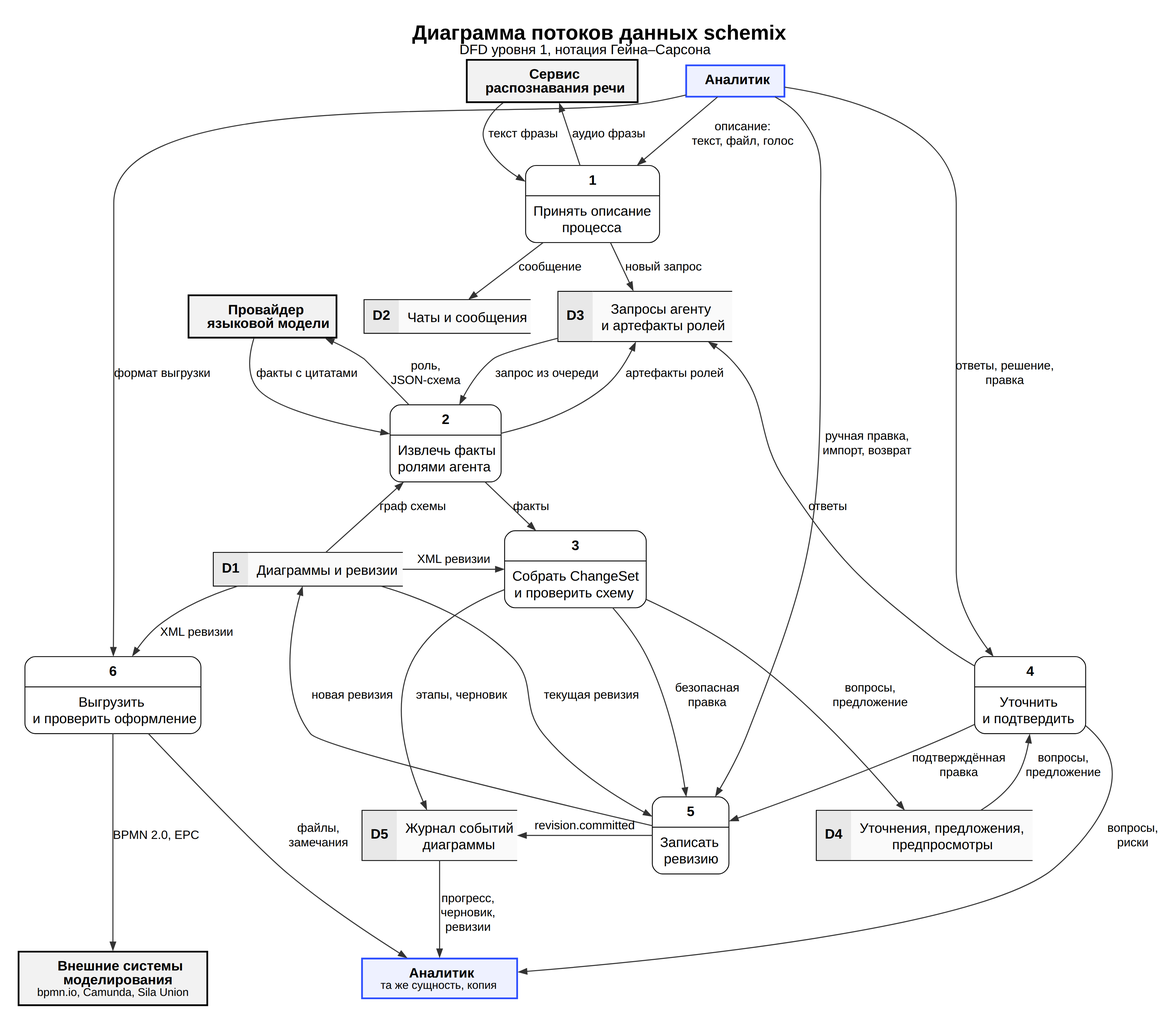
Before: diagrams/04-dfd.png, a diagram exported from Graphviz (ivanGMAI/it-project). Its source is kept beside it as diagrams/src/04-dfd.dot.
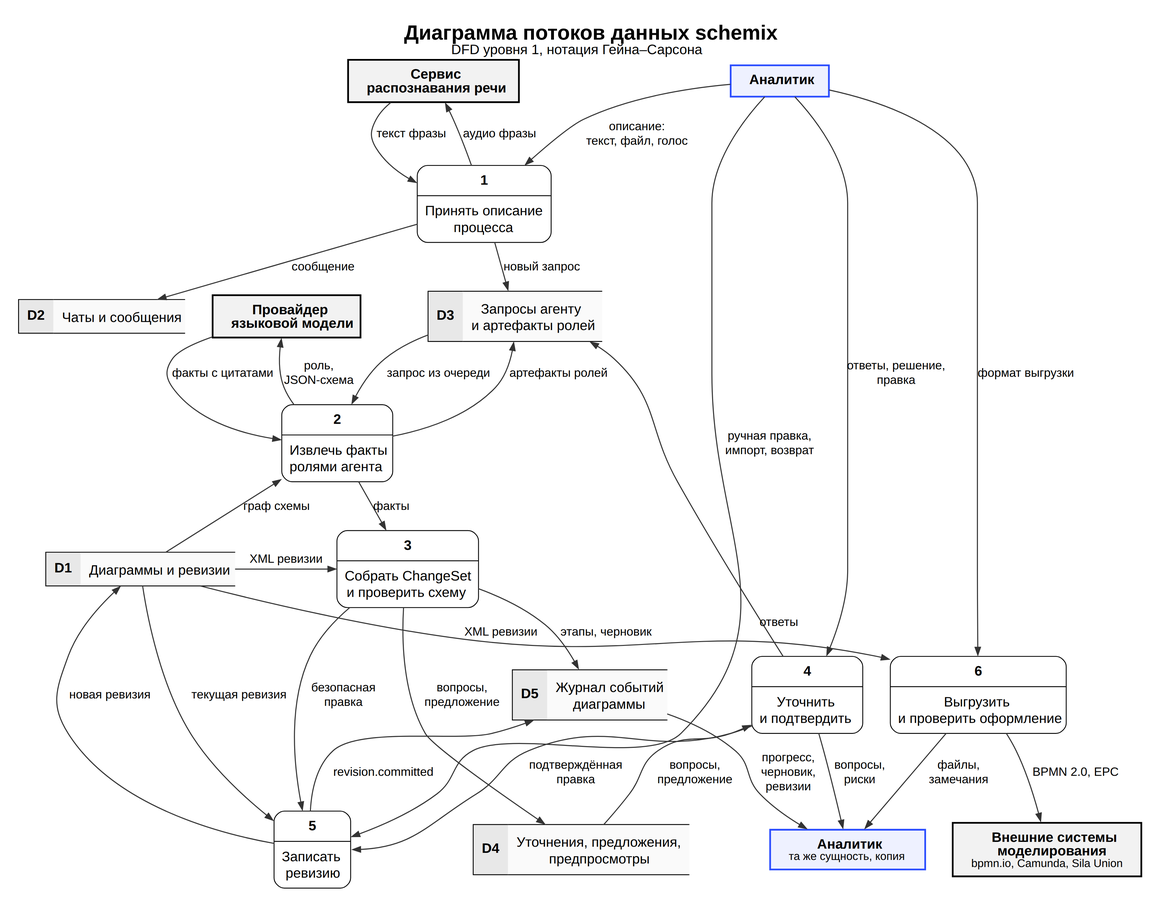
Above is the later version.

The edit, as a diff of the source:
```diff
@@ -43,8 +43,8 @@
   { rank=same; d2; d3; llm }
   { rank=same; p2 }
   { rank=same; p3; d1 }
-  { rank=same; d4; p5; d5 }
-  { rank=same; p4; p6 }
+  { rank=same; d4; p5 }
+  { rank=same; p4; p6; d5 }
   { rank=same; analyst2; ext }
 
   analyst -> p1 [label="описание:\nтекст, файл, голос"]
@@ -68,8 +68,8 @@
   d4 -> p4      [label="вопросы,\nпредложение"]
   p4 -> analyst2 [label="вопросы,\nриски"]
   analyst -> p4 [label="ответы, решение,\nправка"]
-  p4 -> d3      [label="ответы"]
-  p4 -> p5      [label="подтверждённая\nправка"]
+  p4 -> d3      [taillabel="ответы", labeldistance=4, labelangle=-25]
+  p4 -> p5:e    [label="подтверждённая\nправка"]
 
   analyst -> p5 [label="ручная правка,\nимпорт, возврат"]
   d1 -> p5      [label="текущая ревизия"]
```
